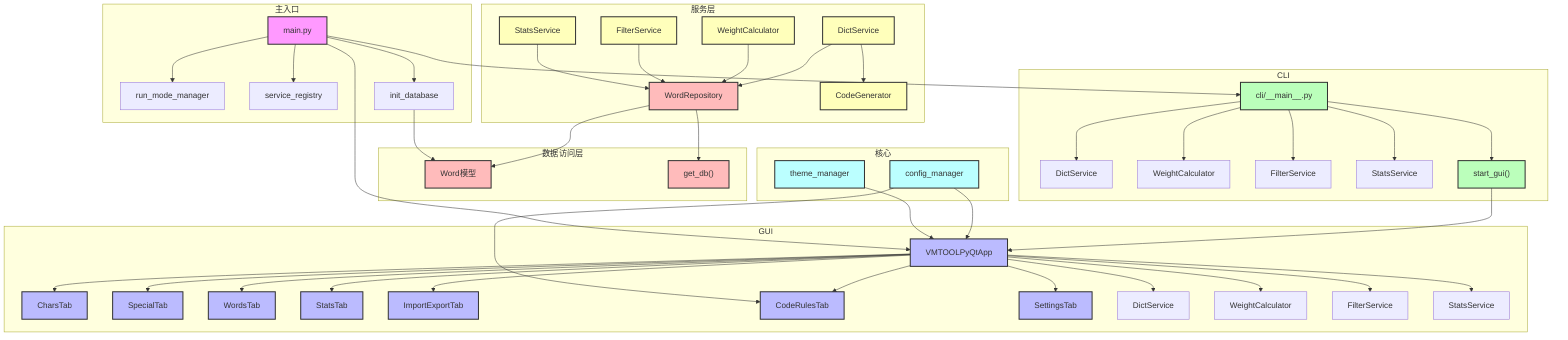
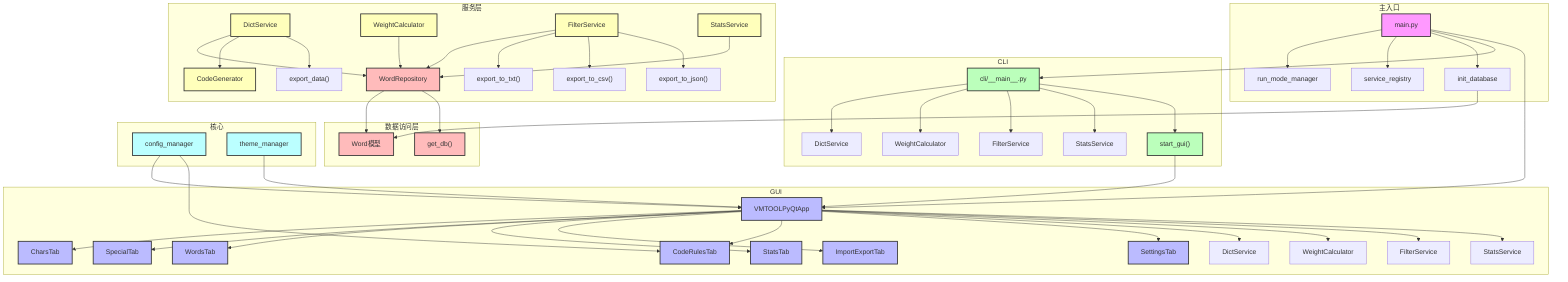
flowchart TD
    subgraph 主入口
        main["main.py"] --> run_mode["run_mode_manager"]
        main --> service_registry["service_registry"]
        main --> init_db["init_database"]
    end

    subgraph GUI
        VMTOOLPyQtApp["VMTOOLPyQtApp"] --> CharsTab["CharsTab"]
        VMTOOLPyQtApp --> SpecialTab["SpecialTab"]
        VMTOOLPyQtApp --> WordsTab["WordsTab"]
        VMTOOLPyQtApp --> StatsTab["StatsTab"]
        VMTOOLPyQtApp --> ImportExportTab["ImportExportTab"]
        VMTOOLPyQtApp --> CodeRulesTab["CodeRulesTab"]
        VMTOOLPyQtApp --> SettingsTab["SettingsTab"]
        VMTOOLPyQtApp --> DictService_GUI["DictService"]
        VMTOOLPyQtApp --> WeightCalculator_GUI["WeightCalculator"]
        VMTOOLPyQtApp --> FilterService_GUI["FilterService"]
        VMTOOLPyQtApp --> StatsService_GUI["StatsService"]
    end

    subgraph CLI
        CLI_Main["cli/__main__.py"] --> DictService_CLI["DictService"]
        CLI_Main --> WeightCalculator_CLI["WeightCalculator"]
        CLI_Main --> FilterService_CLI["FilterService"]
        CLI_Main --> StatsService_CLI["StatsService"]
        CLI_Main --> start_gui["start_gui()"]
        start_gui --> VMTOOLPyQtApp
    end

    subgraph 服务层
        DictService["DictService"] --> WordRepository["WordRepository"]
        DictService --> CodeGenerator["CodeGenerator"]
+         DictService --> export_data["export_data()"]
        WeightCalculator["WeightCalculator"] --> WordRepository
        FilterService["FilterService"] --> WordRepository
+         FilterService --> export_to_txt["export_to_txt()"]
+         FilterService --> export_to_csv["export_to_csv()"]
+         FilterService --> export_to_json["export_to_json()"]
        StatsService["StatsService"] --> WordRepository
    end

    subgraph 数据访问层
        WordRepository --> Word["Word模型"]
        WordRepository --> get_db["get_db()"]
        init_db --> Word
    end

    subgraph 核心
        config_manager["config_manager"] --> VMTOOLPyQtApp
        config_manager --> CodeRulesTab
        theme_manager["theme_manager"] --> VMTOOLPyQtApp
    end

    main --> CLI_Main
    main --> VMTOOLPyQtApp

    classDef main fill:#f9f,stroke:#333,stroke-width:2px;
    classDef gui fill:#bbf,stroke:#333,stroke-width:2px;
    classDef cli fill:#bfb,stroke:#333,stroke-width:2px;
    classDef service fill:#ffb,stroke:#333,stroke-width:2px;
    classDef dal fill:#fbb,stroke:#333,stroke-width:2px;
    classDef core fill:#bff,stroke:#333,stroke-width:2px;

    class main main;
    class VMTOOLPyQtApp,CharsTab,SpecialTab,WordsTab,StatsTab,ImportExportTab,CodeRulesTab,SettingsTab gui;
    class CLI_Main,start_gui cli;
    class DictService,WeightCalculator,FilterService,StatsService,CodeGenerator service;
    class WordRepository,Word,get_db,dal dal;
    class config_manager,theme_manager core;